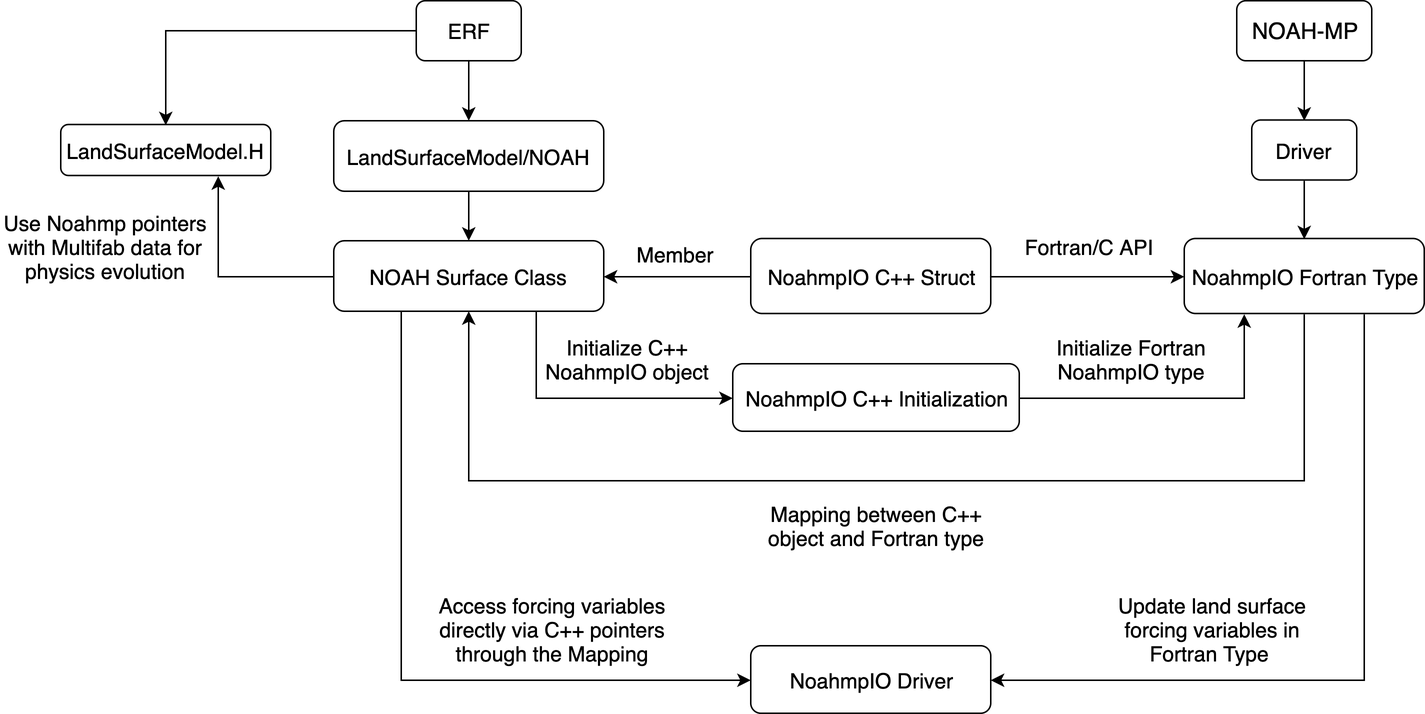
Earlier version of the draw.io export analysis/Fortran-C-Interop.png (demetresfytanides/ERF-Noah-Coupling). Source tidied: cells renumbered, new cells last; positions are measured from the earlier drawing's top-left corner, leaving out a move shared by most shapes.
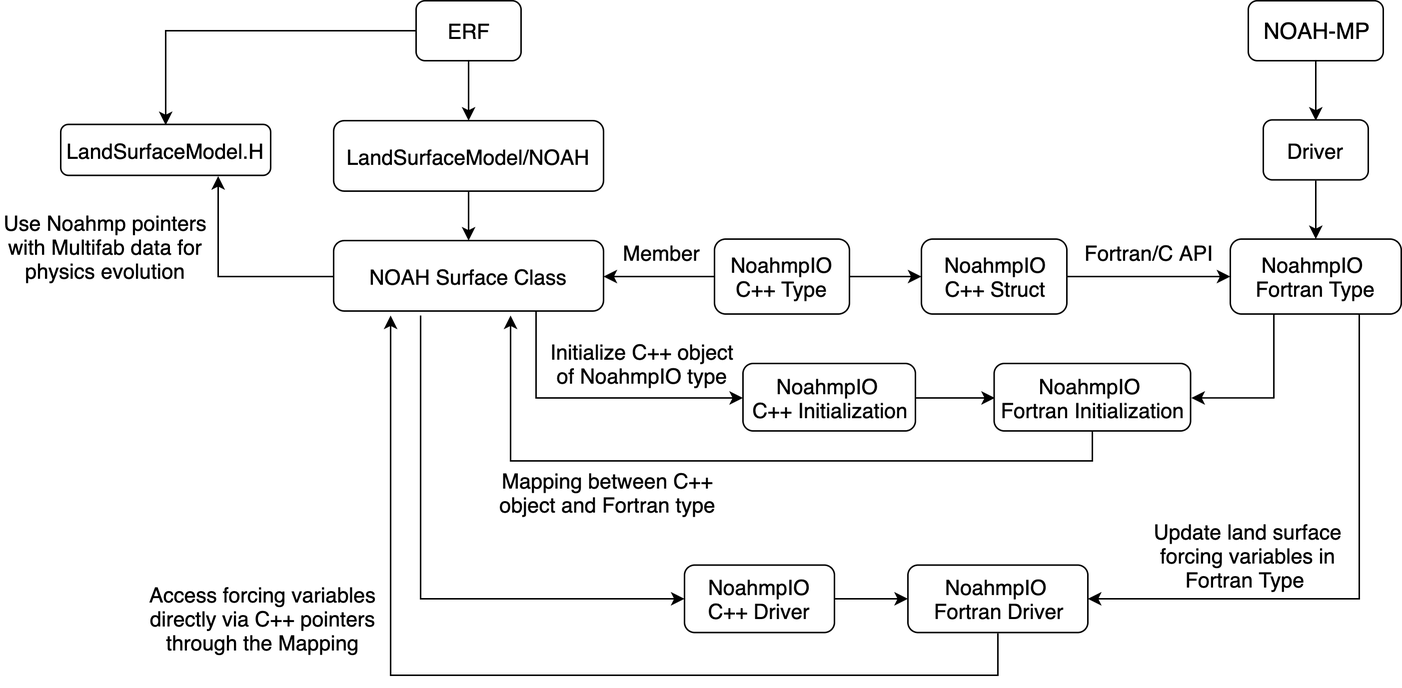
The same file after the commit.

Change to the diagram source:
```diff
@@ -6,27 +6,22 @@
       <mxGeometry relative="1" as="geometry" />
     </mxCell>
     <mxCell id="3" value="NOAH-MP" style="rounded=1;whiteSpace=wrap;html=1;fontSize=15;" parent="1" vertex="1">
-      <mxGeometry x="824" width="90" height="40" as="geometry" />
+      <mxGeometry x="832" width="90" height="40" as="geometry" />
     </mxCell>
     <mxCell id="4" style="edgeStyle=orthogonalEdgeStyle;rounded=0;jettySize=auto;html=1;exitX=0.5;exitY=1;exitDx=0;exitDy=0;entryX=0.5;entryY=0;entryDx=0;entryDy=0;fontSize=14;" parent="1" edge="1" source="5" target="8">
       <mxGeometry relative="1" as="geometry" />
     </mxCell>
     <mxCell id="5" value="Driver" style="rounded=1;whiteSpace=wrap;html=1;fontSize=14;" parent="1" vertex="1">
-      <mxGeometry x="834" y="79.5" width="70" height="40" as="geometry" />
+      <mxGeometry x="842" y="79.5" width="70" height="40" as="geometry" />
     </mxCell>
-    <mxCell id="6" style="edgeStyle=orthogonalEdgeStyle;rounded=0;jettySize=auto;html=1;exitX=0.5;exitY=1;exitDx=0;exitDy=0;entryX=0.5;entryY=1;entryDx=0;entryDy=0;fontSize=14;" parent="1" edge="1" source="8" target="20">
-      <mxGeometry relative="1" as="geometry">
-        <Array as="points">
-          <mxPoint x="869" y="320" />
-          <mxPoint x="312" y="320" />
-        </Array>
-      </mxGeometry>
+    <mxCell id="6" style="edgeStyle=orthogonalEdgeStyle;rounded=0;jettySize=auto;html=1;exitX=0.75;exitY=1;exitDx=0;exitDy=0;entryX=1;entryY=0.5;entryDx=0;entryDy=0;fontSize=14;" parent="1" edge="1" source="8" target="24">
+      <mxGeometry relative="1" as="geometry" />
     </mxCell>
-    <mxCell id="7" style="edgeStyle=orthogonalEdgeStyle;rounded=0;jettySize=auto;html=1;exitX=0.75;exitY=1;exitDx=0;exitDy=0;entryX=1;entryY=0.5;entryDx=0;entryDy=0;fontSize=14;" parent="1" edge="1" source="8" target="23">
+    <mxCell id="7" style="edgeStyle=orthogonalEdgeStyle;rounded=0;jettySize=auto;html=1;exitX=0.25;exitY=1;exitDx=0;exitDy=0;entryX=1;entryY=0.5;entryDx=0;entryDy=0;" parent="1" edge="1" source="8" target="35">
       <mxGeometry relative="1" as="geometry" />
     </mxCell>
-    <mxCell id="8" value="NoahmpIO Fortran Type" style="rounded=1;whiteSpace=wrap;html=1;fontSize=14;" parent="1" vertex="1">
-      <mxGeometry x="789" y="158.5" width="160" height="50" as="geometry" />
+    <mxCell id="8" value="NoahmpIO &lt;br&gt;Fortran Type" style="rounded=1;whiteSpace=wrap;html=1;fontSize=14;" parent="1" vertex="1">
+      <mxGeometry x="820" y="159" width="114" height="50" as="geometry" />
     </mxCell>
     <mxCell id="9" style="edgeStyle=orthogonalEdgeStyle;rounded=0;jettySize=auto;html=1;exitX=0.5;exitY=1;exitDx=0;exitDy=0;entryX=0.5;entryY=0;entryDx=0;entryDy=0;fontSize=14;" parent="1" edge="1" source="11" target="13">
       <mxGeometry relative="1" as="geometry" />
@@ -46,11 +41,11 @@
     <mxCell id="14" style="edgeStyle=orthogonalEdgeStyle;rounded=0;jettySize=auto;html=1;exitX=1;exitY=0.5;exitDx=0;exitDy=0;entryX=0;entryY=0.5;entryDx=0;entryDy=0;fontSize=14;" parent="1" edge="1" source="16" target="8">
       <mxGeometry relative="1" as="geometry" />
     </mxCell>
-    <mxCell id="15" style="edgeStyle=orthogonalEdgeStyle;rounded=0;jettySize=auto;html=1;exitX=0;exitY=0.5;exitDx=0;exitDy=0;entryX=1;entryY=0.5;entryDx=0;entryDy=0;fontSize=14;" parent="1" edge="1" source="16" target="20">
+    <mxCell id="15" style="edgeStyle=orthogonalEdgeStyle;rounded=0;jettySize=auto;html=1;exitX=0;exitY=0.5;exitDx=0;exitDy=0;entryX=1;entryY=0.5;entryDx=0;entryDy=0;startArrow=classic;startFill=1;endArrow=none;endFill=0;fontSize=18;" parent="1" edge="1" source="16" target="33">
       <mxGeometry relative="1" as="geometry" />
     </mxCell>
-    <mxCell id="16" value="NoahmpIO C++ Struct" style="rounded=1;whiteSpace=wrap;html=1;fontSize=14;" parent="1" vertex="1">
-      <mxGeometry x="500" y="158.5" width="160" height="50" as="geometry" />
+    <mxCell id="16" value="NoahmpIO &lt;br&gt;C++ Struct" style="rounded=1;whiteSpace=wrap;html=1;fontSize=14;" parent="1" vertex="1">
+      <mxGeometry x="614" y="159" width="97" height="50" as="geometry" />
     </mxCell>
     <mxCell id="17" style="edgeStyle=orthogonalEdgeStyle;rounded=0;jettySize=auto;html=1;exitX=0.75;exitY=1;exitDx=0;exitDy=0;entryX=0;entryY=0.5;entryDx=0;entryDy=0;fontSize=14;" parent="1" edge="1" source="20" target="22">
       <mxGeometry relative="1" as="geometry" />
@@ -58,35 +53,41 @@
     <mxCell id="18" style="edgeStyle=orthogonalEdgeStyle;rounded=0;jettySize=auto;html=1;exitX=0;exitY=0.5;exitDx=0;exitDy=0;entryX=0.75;entryY=1;entryDx=0;entryDy=0;fontSize=14;" parent="1" edge="1" source="20" target="29">
       <mxGeometry relative="1" as="geometry" />
     </mxCell>
-    <mxCell id="19" style="edgeStyle=orthogonalEdgeStyle;rounded=0;jettySize=auto;html=1;exitX=0.25;exitY=1;exitDx=0;exitDy=0;entryX=0;entryY=0.5;entryDx=0;entryDy=0;fontSize=14;" parent="1" edge="1" source="20" target="23">
+    <mxCell id="19" style="edgeStyle=orthogonalEdgeStyle;rounded=0;jettySize=auto;html=1;exitX=1;exitY=0.5;exitDx=0;exitDy=0;entryX=0;entryY=0.5;entryDx=0;entryDy=0;startArrow=classic;startFill=1;endArrow=none;endFill=0;fontSize=18;" parent="1" edge="1" source="20" target="33">
       <mxGeometry relative="1" as="geometry" />
     </mxCell>
     <mxCell id="20" value="NOAH Surface Class" style="rounded=1;whiteSpace=wrap;html=1;fontSize=14;" parent="1" vertex="1">
       <mxGeometry x="222" y="160" width="180" height="47" as="geometry" />
     </mxCell>
-    <mxCell id="21" style="edgeStyle=orthogonalEdgeStyle;rounded=0;jettySize=auto;html=1;exitX=1;exitY=0.5;exitDx=0;exitDy=0;entryX=0.25;entryY=1;entryDx=0;entryDy=0;fontSize=14;" parent="1" edge="1" source="22" target="8">
+    <mxCell id="21" style="edgeStyle=orthogonalEdgeStyle;rounded=0;jettySize=auto;html=1;exitX=1;exitY=0.5;exitDx=0;exitDy=0;entryX=0;entryY=0.5;entryDx=0;entryDy=0;" parent="1" edge="1" source="22" target="35">
       <mxGeometry relative="1" as="geometry" />
     </mxCell>
-    <mxCell id="22" value="NoahmpIO C++ Initialization" style="rounded=1;whiteSpace=wrap;html=1;fontSize=14;" parent="1" vertex="1">
-      <mxGeometry x="488" y="242" width="191" height="45" as="geometry" />
+    <mxCell id="22" value="NoahmpIO &lt;br&gt;C++ Initialization" style="rounded=1;whiteSpace=wrap;html=1;fontSize=14;" parent="1" vertex="1">
+      <mxGeometry x="495" y="242" width="115" height="45" as="geometry" />
     </mxCell>
-    <mxCell id="23" value="NoahmpIO Driver" style="rounded=1;whiteSpace=wrap;html=1;fontSize=14;" parent="1" vertex="1">
-      <mxGeometry x="500" y="430" width="160" height="45" as="geometry" />
+    <mxCell id="23" style="edgeStyle=orthogonalEdgeStyle;rounded=0;jettySize=auto;html=1;exitX=0.5;exitY=1;exitDx=0;exitDy=0;" parent="1" edge="1" source="24">
+      <mxGeometry relative="1" as="geometry">
+        <mxPoint x="260" y="210" as="targetPoint" />
+        <Array as="points">
+          <mxPoint x="665" y="450" />
+          <mxPoint x="260" y="450" />
+        </Array>
+      </mxGeometry>
     </mxCell>
-    <mxCell id="24" value="Member" style="text;html=1;strokeColor=none;fillColor=none;align=center;verticalAlign=middle;whiteSpace=wrap;rounded=0;fontSize=14;" parent="1" vertex="1">
-      <mxGeometry x="430" y="158.5" width="40" height="20" as="geometry" />
+    <mxCell id="24" value="NoahmpIO &lt;br&gt;Fortran Driver" style="rounded=1;whiteSpace=wrap;html=1;fontSize=14;" parent="1" vertex="1">
+      <mxGeometry x="605" y="376.5" width="120" height="45" as="geometry" />
     </mxCell>
-    <mxCell id="25" value="Fortran/C API" style="text;html=1;strokeColor=none;fillColor=none;align=center;verticalAlign=middle;whiteSpace=wrap;rounded=0;fontSize=14;" parent="1" vertex="1">
-      <mxGeometry x="679" y="149" width="92" height="30" as="geometry" />
+    <mxCell id="25" value="Member" style="text;html=1;strokeColor=none;fillColor=none;align=center;verticalAlign=middle;whiteSpace=wrap;rounded=0;fontSize=14;" parent="1" vertex="1">
+      <mxGeometry x="421" y="158" width="40" height="20" as="geometry" />
     </mxCell>
-    <mxCell id="26" value="Initialize C++ NoahmpIO object" style="text;html=1;strokeColor=none;fillColor=none;align=center;verticalAlign=middle;whiteSpace=wrap;rounded=0;fontSize=14;" parent="1" vertex="1">
-      <mxGeometry x="348" y="220" width="140" height="38" as="geometry" />
+    <mxCell id="26" value="Fortran/C API" style="text;html=1;strokeColor=none;fillColor=none;align=center;verticalAlign=middle;whiteSpace=wrap;rounded=0;fontSize=14;" parent="1" vertex="1">
+      <mxGeometry x="718.5" y="153" width="92" height="30" as="geometry" />
     </mxCell>
-    <mxCell id="27" value="Initialize Fortran NoahmpIO type" style="text;html=1;strokeColor=none;fillColor=none;align=center;verticalAlign=middle;whiteSpace=wrap;rounded=0;fontSize=14;" parent="1" vertex="1">
-      <mxGeometry x="684" y="220" width="140" height="38" as="geometry" />
+    <mxCell id="27" value="Initialize C++ object &lt;br&gt;of NoahmpIO type" style="text;html=1;strokeColor=none;fillColor=none;align=center;verticalAlign=middle;whiteSpace=wrap;rounded=0;fontSize=14;" parent="1" vertex="1">
+      <mxGeometry x="356.5" y="223" width="140" height="38" as="geometry" />
     </mxCell>
     <mxCell id="28" value="Mapping between C++ object and Fortran type" style="text;html=1;strokeColor=none;fillColor=none;align=center;verticalAlign=middle;whiteSpace=wrap;rounded=0;fontSize=14;" parent="1" vertex="1">
-      <mxGeometry x="498.5" y="328" width="170" height="44" as="geometry" />
+      <mxGeometry x="320" y="306" width="170" height="44" as="geometry" />
     </mxCell>
     <mxCell id="29" value="LandSurfaceModel.H" style="rounded=1;whiteSpace=wrap;html=1;fontSize=14;" parent="1" vertex="1">
       <mxGeometry x="40" y="82.5" width="140" height="34" as="geometry" />
@@ -95,10 +96,32 @@
       <mxGeometry y="134" width="140" height="60" as="geometry" />
     </mxCell>
     <mxCell id="31" value="Update land surface forcing variables in Fortran Type&amp;nbsp;" style="text;html=1;strokeColor=none;fillColor=none;align=center;verticalAlign=middle;whiteSpace=wrap;rounded=0;fontSize=14;" parent="1" vertex="1">
-      <mxGeometry x="730" y="399" width="156" height="40" as="geometry" />
+      <mxGeometry x="754" y="350" width="156" height="40" as="geometry" />
     </mxCell>
     <mxCell id="32" value="Access forcing variables directly via C++ pointers through the Mapping" style="text;html=1;strokeColor=none;fillColor=none;align=center;verticalAlign=middle;whiteSpace=wrap;rounded=0;fontSize=14;" parent="1" vertex="1">
-      <mxGeometry x="290" y="399" width="156" height="40" as="geometry" />
+      <mxGeometry x="97" y="392" width="156" height="40" as="geometry" />
     </mxCell>
+    <mxCell id="33" value="NoahmpIO &lt;br&gt;C++ Type" style="rounded=1;whiteSpace=wrap;html=1;fontSize=14;" parent="1" vertex="1">
+      <mxGeometry x="476" y="159" width="90" height="50" as="geometry" />
+    </mxCell>
+    <mxCell id="34" style="edgeStyle=orthogonalEdgeStyle;rounded=0;jettySize=auto;html=1;exitX=0.5;exitY=1;exitDx=0;exitDy=0;" parent="1" edge="1" source="35">
+      <mxGeometry relative="1" as="geometry">
+        <mxPoint x="340" y="210" as="targetPoint" />
+      </mxGeometry>
+    </mxCell>
+    <mxCell id="35" value="NoahmpIO &lt;br&gt;Fortran Initialization" style="rounded=1;whiteSpace=wrap;html=1;fontSize=14;" parent="1" vertex="1">
+      <mxGeometry x="662.5" y="242" width="131" height="45" as="geometry" />
+    </mxCell>
+    <mxCell id="36" style="edgeStyle=orthogonalEdgeStyle;rounded=0;jettySize=auto;html=1;exitX=1;exitY=0.5;exitDx=0;exitDy=0;entryX=0;entryY=0.5;entryDx=0;entryDy=0;" parent="1" edge="1" source="38" target="24">
+      <mxGeometry relative="1" as="geometry" />
+    </mxCell>
+    <mxCell id="37" style="edgeStyle=orthogonalEdgeStyle;rounded=0;jettySize=auto;html=1;exitX=0;exitY=0.5;exitDx=0;exitDy=0;startArrow=classic;startFill=1;endArrow=none;endFill=0;" parent="1" edge="1" source="38">
+      <mxGeometry relative="1" as="geometry">
+        <mxPoint x="280" y="210" as="targetPoint" />
+      </mxGeometry>
+    </mxCell>
+    <mxCell id="38" value="NoahmpIO &lt;br&gt;C++ Driver" style="rounded=1;whiteSpace=wrap;html=1;fontSize=14;" parent="1" vertex="1">
+      <mxGeometry x="456" y="376.5" width="100" height="45" as="geometry" />
+    </mxCell>
   </root>
 </mxGraphModel>
```
